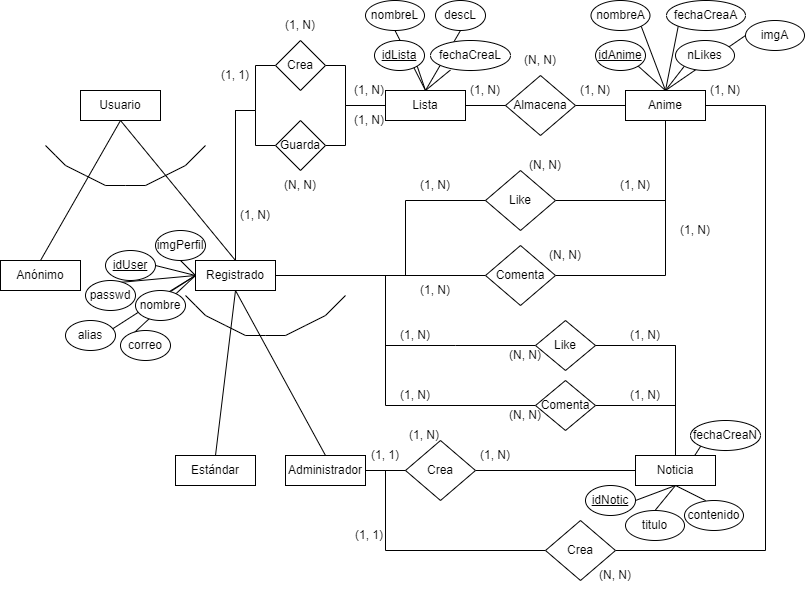
Above: YumeanimeE-R.png in raulfarce01/yumeanime (draw.io), before the change. Source tidied: cells renumbered, new cells last; positions are measured from the earlier drawing's top-left corner, leaving out a move shared by most shapes.
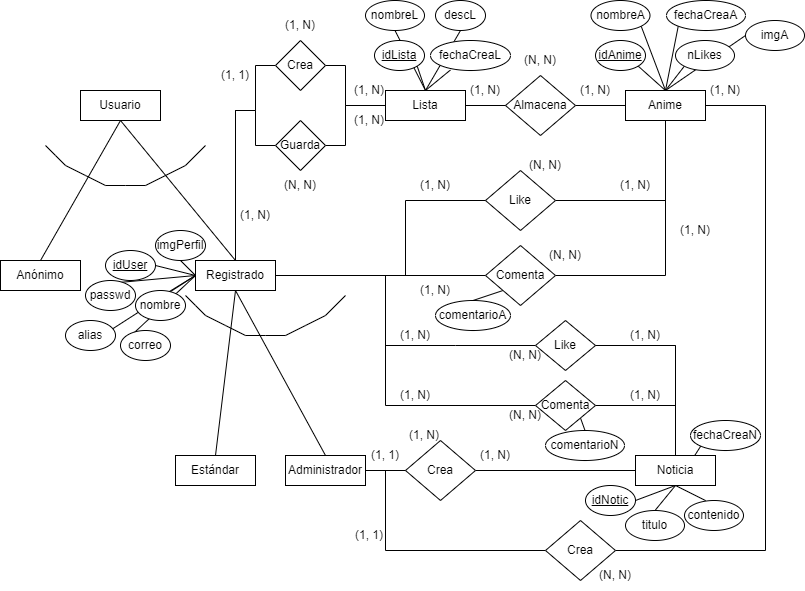
Later version of the same file.

The edit, as a diff of the source:
```diff
@@ -303,6 +303,9 @@
         </Array>
       </mxGeometry>
     </mxCell>
+    <mxCell id="109" style="rounded=0;jettySize=auto;html=1;exitX=0;exitY=1;exitDx=0;exitDy=0;entryX=0.5;entryY=0;entryDx=0;entryDy=0;endArrow=none;endFill=0;" parent="1" edge="1" source="72" target="111">
+      <mxGeometry relative="1" as="geometry" />
+    </mxCell>
     <mxCell id="72" value="Comenta" style="rhombus;whiteSpace=wrap;html=1;" parent="1" vertex="1">
       <mxGeometry x="485" y="245" width="70" height="60" as="geometry" />
     </mxCell>
@@ -349,6 +352,9 @@
         </Array>
       </mxGeometry>
     </mxCell>
+    <mxCell id="110" style="edgeStyle=none;rounded=0;jettySize=auto;html=1;exitX=1;exitY=1;exitDx=0;exitDy=0;entryX=0.5;entryY=0;entryDx=0;entryDy=0;endArrow=none;endFill=0;" parent="1" edge="1" source="83" target="112">
+      <mxGeometry relative="1" as="geometry" />
+    </mxCell>
     <mxCell id="83" value="Comenta" style="rhombus;whiteSpace=wrap;html=1;" parent="1" vertex="1">
       <mxGeometry x="535" y="380" width="60" height="50" as="geometry" />
     </mxCell>
@@ -434,5 +440,11 @@
     <mxCell id="108" value="fechaCreaN" style="ellipse;whiteSpace=wrap;html=1;" parent="1" vertex="1">
       <mxGeometry x="690" y="420" width="70" height="30" as="geometry" />
     </mxCell>
+    <mxCell id="111" value="comentarioA" style="ellipse;whiteSpace=wrap;html=1;" parent="1" vertex="1">
+      <mxGeometry x="435" y="300" width="75" height="30" as="geometry" />
+    </mxCell>
+    <mxCell id="112" value="comentarioN" style="ellipse;whiteSpace=wrap;html=1;" parent="1" vertex="1">
+      <mxGeometry x="545" y="430" width="79" height="30" as="geometry" />
+    </mxCell>
   </root>
 </mxGraphModel>
```
